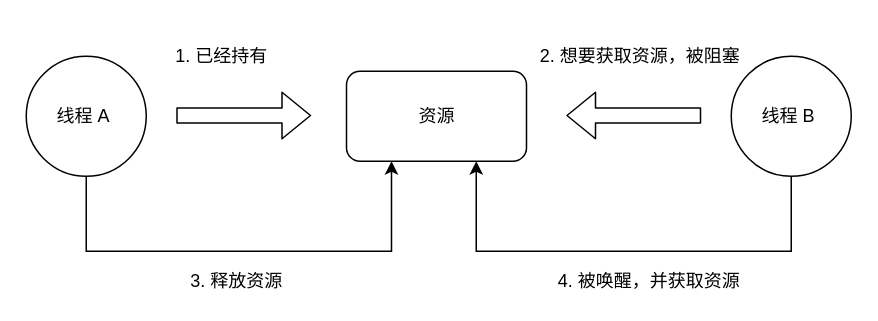
Earlier version of the draw.io diagram 操作系统/死锁/互斥条件.drawio (xiaolincoder/ImageHost4). Source tidied: cells renumbered, new cells numbered last; positions are measured from the earlier drawing's top-left corner, leaving out a move shared by most shapes. Both pictures are drawn from the tidied source at 150%, with x=0, y=0 at pixel (26, 40).
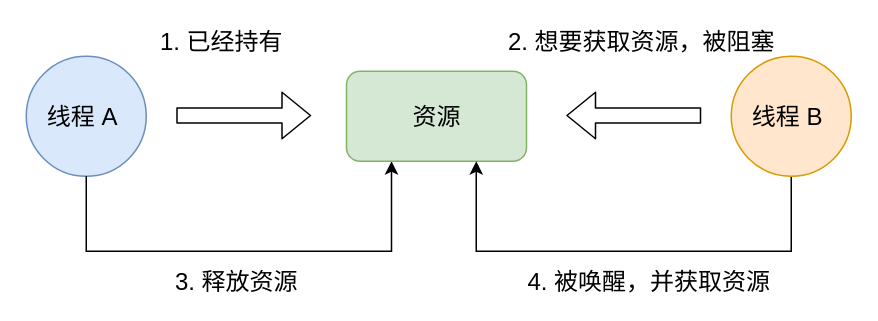
The same diagram, later.

Commit message (it also covers changes not shown here):
更新互斥条件.drawio

What changed in the source:
```diff
@@
 <mxGraphModel>
   <root>
     <mxCell id="0" />
     <mxCell id="1" parent="0" />
-    <mxCell id="2" value="线程 A&amp;nbsp;" style="ellipse;whiteSpace=wrap;html=1;" parent="1" vertex="1">
+    <mxCell id="2" value="线程 A&amp;nbsp;" style="ellipse;whiteSpace=wrap;html=1;fillColor=#dae8fc;strokeColor=#6c8ebf;fontSize=16;" parent="1" vertex="1">
       <mxGeometry y="10" width="80" height="80" as="geometry" />
     </mxCell>
-    <mxCell id="3" style="edgeStyle=orthogonalEdgeStyle;rounded=0;jettySize=auto;html=1;entryX=0.5;entryY=1;entryDx=0;entryDy=0;startArrow=classic;startFill=1;endArrow=none;endFill=0;exitX=0.25;exitY=1;exitDx=0;exitDy=0;" parent="1" edge="1" source="4" target="2">
+    <mxCell id="3" style="edgeStyle=orthogonalEdgeStyle;rounded=0;jettySize=auto;html=1;entryX=0.5;entryY=1;entryDx=0;entryDy=0;startArrow=classic;startFill=1;endArrow=none;endFill=0;exitX=0.25;exitY=1;exitDx=0;exitDy=0;fontSize=16;" parent="1" edge="1" source="4" target="2">
       <mxGeometry relative="1" as="geometry">
         <Array as="points">
           <mxPoint x="244" y="140" />
           <mxPoint x="40" y="140" />
         </Array>
       </mxGeometry>
     </mxCell>
-    <mxCell id="4" value="资源" style="rounded=1;whiteSpace=wrap;html=1;" parent="1" vertex="1">
+    <mxCell id="4" value="资源" style="rounded=1;whiteSpace=wrap;html=1;fontSize=16;fillColor=#d5e8d4;strokeColor=#82b366;" parent="1" vertex="1">
       <mxGeometry x="213.5" y="20" width="120" height="60" as="geometry" />
     </mxCell>
-    <mxCell id="5" style="edgeStyle=orthogonalEdgeStyle;rounded=0;jettySize=auto;html=1;startArrow=none;startFill=0;endArrow=classic;endFill=1;" parent="1" edge="1" source="6">
+    <mxCell id="5" style="edgeStyle=orthogonalEdgeStyle;rounded=0;jettySize=auto;html=1;startArrow=none;startFill=0;endArrow=classic;endFill=1;fontSize=16;" parent="1" edge="1" source="6">
       <mxGeometry relative="1" as="geometry">
         <mxPoint x="300" y="80" as="targetPoint" />
         <Array as="points">
           <mxPoint x="510" y="140" />
           <mxPoint x="300" y="140" />
           <mxPoint x="300" y="80" />
         </Array>
       </mxGeometry>
     </mxCell>
-    <mxCell id="6" value="线程 B&amp;nbsp;" style="ellipse;whiteSpace=wrap;html=1;" parent="1" vertex="1">
+    <mxCell id="6" value="线程 B&amp;nbsp;" style="ellipse;whiteSpace=wrap;html=1;fillColor=#ffe6cc;strokeColor=#d79b00;fontSize=16;" parent="1" vertex="1">
       <mxGeometry x="470" y="10" width="80" height="80" as="geometry" />
     </mxCell>
-    <mxCell id="7" style="shape=flexArrow;endArrow=classic;html=1;" parent="1" edge="1">
+    <mxCell id="7" style="shape=flexArrow;endArrow=classic;html=1;fontSize=16;" parent="1" edge="1">
       <mxGeometry relative="1" as="geometry">
         <mxPoint x="100" y="49.5" as="sourcePoint" />
         <mxPoint x="190" y="49.5" as="targetPoint" />
       </mxGeometry>
     </mxCell>
-    <mxCell id="8" style="shape=flexArrow;endArrow=classic;html=1;" parent="1" edge="1">
+    <mxCell id="8" style="shape=flexArrow;endArrow=classic;html=1;fontSize=16;" parent="1" edge="1">
       <mxGeometry relative="1" as="geometry">
         <mxPoint x="450" y="49.5" as="sourcePoint" />
         <mxPoint x="360" y="49.5" as="targetPoint" />
       </mxGeometry>
     </mxCell>
-    <mxCell id="9" value="1. 已经持有" style="text;html=1;align=center;verticalAlign=middle;" parent="1" vertex="1">
-      <mxGeometry x="90" width="80" height="20" as="geometry" />
+    <mxCell id="9" value="1. 已经持有" style="text;html=1;align=center;verticalAlign=middle;fontSize=16;" parent="1" vertex="1">
+      <mxGeometry x="80" y="-10" width="100" height="20" as="geometry" />
     </mxCell>
-    <mxCell id="10" value="2. 想要获取资源，被阻塞" style="text;html=1;align=center;verticalAlign=middle;" parent="1" vertex="1">
-      <mxGeometry x="333.5" width="150" height="20" as="geometry" />
+    <mxCell id="10" value="2. 想要获取资源，被阻塞" style="text;html=1;align=center;verticalAlign=middle;fontSize=16;" parent="1" vertex="1">
+      <mxGeometry x="315" y="-10" width="190" height="20" as="geometry" />
     </mxCell>
-    <mxCell id="11" value="3. 释放资源" style="text;html=1;align=center;verticalAlign=middle;" parent="1" vertex="1">
-      <mxGeometry x="100" y="150" width="80" height="20" as="geometry" />
+    <mxCell id="11" value="3. 释放资源" style="text;html=1;align=center;verticalAlign=middle;fontSize=16;" parent="1" vertex="1">
+      <mxGeometry x="90" y="150" width="100" height="20" as="geometry" />
     </mxCell>
-    <mxCell id="12" value="4. 被唤醒，并获取资源" style="text;html=1;align=center;verticalAlign=middle;" parent="1" vertex="1">
-      <mxGeometry x="345" y="150" width="140" height="20" as="geometry" />
+    <mxCell id="12" value="4. 被唤醒，并获取资源" style="text;html=1;align=center;verticalAlign=middle;fontSize=16;" parent="1" vertex="1">
+      <mxGeometry x="325" y="150" width="180" height="20" as="geometry" />
     </mxCell>
   </root>
 </mxGraphModel>
```
